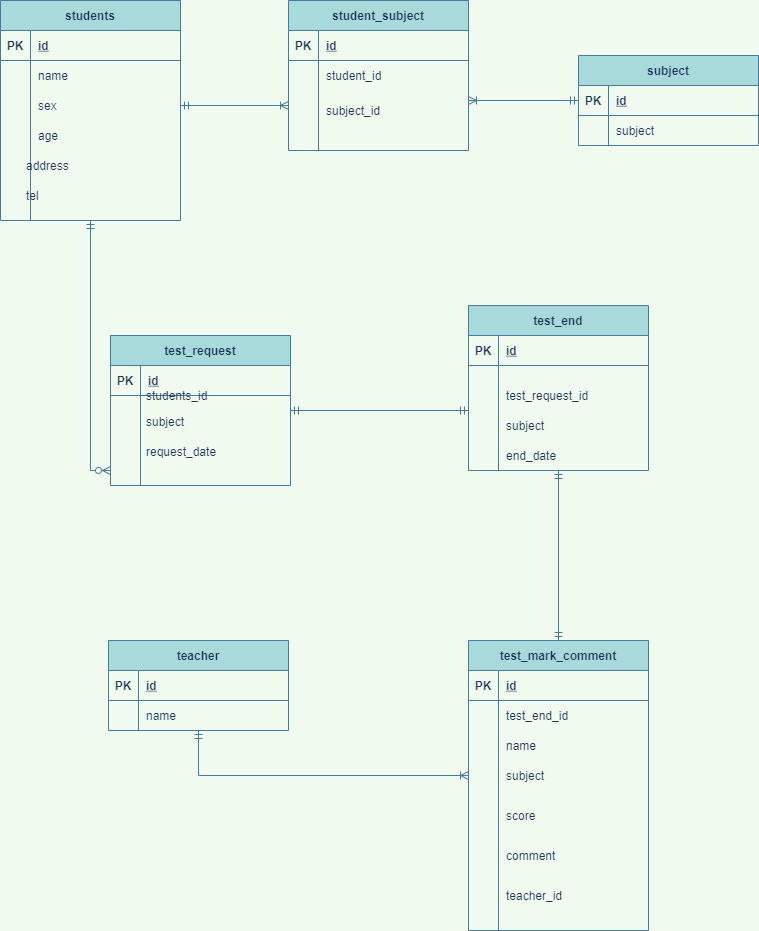
The draw.io diagram test.drawio.png in a1086yn5974/coachtech-er-test, before a commit. Source tidied: cells renumbered, new cells last; positions are measured from the earlier drawing's top-left corner, leaving out a move shared by most shapes.
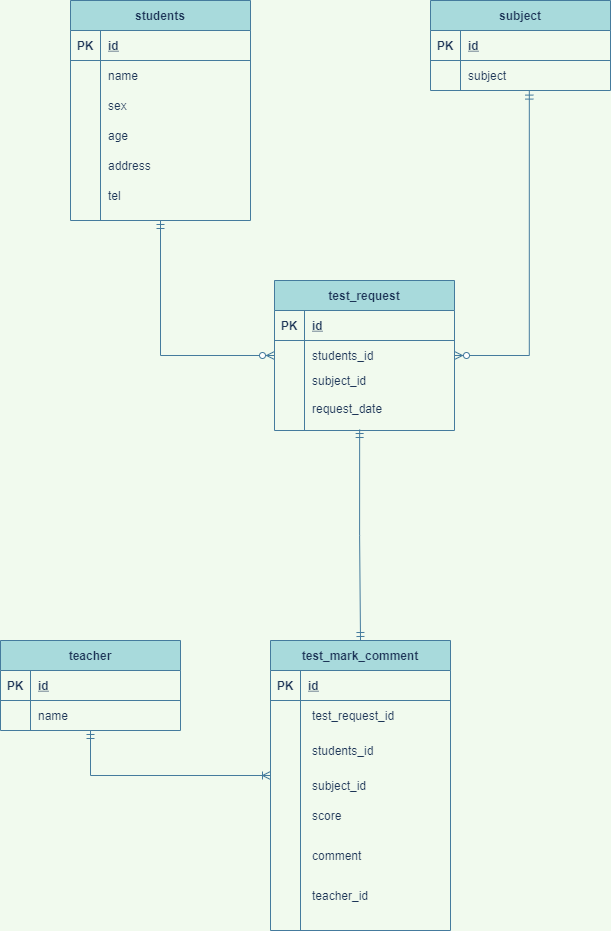
Later version of the same file.

Change to the diagram source:
```diff
@@ -2,11 +2,11 @@
   <root>
     <mxCell id="0" />
     <mxCell id="1" parent="0" />
-    <mxCell id="2" style="edgeStyle=orthogonalEdgeStyle;rounded=0;jettySize=auto;html=1;entryX=0;entryY=0.5;entryDx=0;entryDy=0;startArrow=ERmandOne;startFill=0;endArrow=ERzeroToMany;endFill=1;labelBackgroundColor=#F1FAEE;strokeColor=#457B9D;fontColor=#1D3557;" parent="1" edge="1" source="3" target="66">
+    <mxCell id="2" style="edgeStyle=orthogonalEdgeStyle;rounded=0;jettySize=auto;html=1;startArrow=ERmandOne;startFill=0;endArrow=ERzeroToMany;endFill=1;labelBackgroundColor=#F1FAEE;strokeColor=#457B9D;fontColor=#1D3557;entryX=0;entryY=0.5;entryDx=0;entryDy=0;" parent="1" edge="1" source="3" target="60">
       <mxGeometry relative="1" as="geometry" />
     </mxCell>
     <mxCell id="3" value="students" style="shape=table;startSize=30;rowLines=0;fontStyle=1;align=center;rounded=0;sketch=0;fillColor=#A8DADC;strokeColor=#457B9D;fontColor=#1D3557;" parent="1" vertex="1">
-      <mxGeometry width="180" height="220" as="geometry" />
+      <mxGeometry x="108" width="180" height="220" as="geometry" />
     </mxCell>
     <mxCell id="4" style="shape=partialRectangle;fillColor=none;top=0;left=0;bottom=1;right=0;strokeColor=#457B9D;fontColor=#1D3557;" parent="3" vertex="1">
       <mxGeometry y="30" width="180" height="30" as="geometry" />
@@ -45,18 +45,13 @@
       <mxGeometry x="30" width="150" height="30" as="geometry" />
     </mxCell>
     <mxCell id="16" value="address" style="shape=partialRectangle;fillColor=none;top=0;left=0;bottom=0;right=0;align=left;spacingLeft=6;overflow=hidden;strokeColor=#457B9D;fontColor=#1D3557;" parent="1" vertex="1">
-      <mxGeometry x="18" y="150" width="150" height="30" as="geometry" />
+      <mxGeometry x="138" y="150" width="150" height="30" as="geometry" />
     </mxCell>
     <mxCell id="17" value="tel" style="shape=partialRectangle;fillColor=none;top=0;left=0;bottom=0;right=0;align=left;spacingLeft=6;overflow=hidden;strokeColor=#457B9D;fontColor=#1D3557;" parent="1" vertex="1">
-      <mxGeometry x="18" y="180" width="150" height="30" as="geometry" />
+      <mxGeometry x="138" y="180" width="150" height="30" as="geometry" />
     </mxCell>
-    <mxCell id="18" style="rounded=0;jettySize=auto;html=1;startArrow=ERmandOne;startFill=0;endArrow=ERoneToMany;endFill=0;labelBackgroundColor=#F1FAEE;strokeColor=#457B9D;fontColor=#1D3557;exitX=0;exitY=0.5;exitDx=0;exitDy=0;edgeStyle=orthogonalEdgeStyle;" parent="1" edge="1" source="20">
-      <mxGeometry relative="1" as="geometry">
-        <mxPoint x="468" y="100" as="targetPoint" />
-      </mxGeometry>
-    </mxCell>
     <mxCell id="19" value="subject" style="shape=table;startSize=30;rowLines=0;fontStyle=1;align=center;rounded=0;sketch=0;fillColor=#A8DADC;strokeColor=#457B9D;fontColor=#1D3557;" parent="1" vertex="1">
-      <mxGeometry x="578" y="55" width="180" height="90" as="geometry" />
+      <mxGeometry x="468" width="180" height="90" as="geometry" />
     </mxCell>
     <mxCell id="20" style="shape=partialRectangle;fillColor=none;top=0;left=0;bottom=1;right=0;points=[[0,0.5],[1,0.5]];portConstraint=eastwest;strokeColor=#457B9D;fontColor=#1D3557;" parent="19" vertex="1">
       <mxGeometry y="30" width="180" height="30" as="geometry" />
@@ -76,98 +71,11 @@
     <mxCell id="25" value="subject" style="shape=partialRectangle;fillColor=none;top=0;left=0;bottom=0;right=0;align=left;spacingLeft=6;overflow=hidden;strokeColor=#457B9D;fontColor=#1D3557;" parent="23" vertex="1">
       <mxGeometry x="30" width="150" height="30" as="geometry" />
     </mxCell>
-    <mxCell id="26" value="student_subject" style="shape=table;startSize=30;rowLines=0;fontStyle=1;align=center;rounded=0;sketch=0;fillColor=#A8DADC;strokeColor=#457B9D;fontColor=#1D3557;" parent="1" vertex="1">
-      <mxGeometry x="288" width="180" height="150" as="geometry" />
-    </mxCell>
-    <mxCell id="27" style="shape=partialRectangle;fillColor=none;top=0;left=0;bottom=1;right=0;strokeColor=#457B9D;fontColor=#1D3557;" parent="26" vertex="1">
-      <mxGeometry y="30" width="180" height="30" as="geometry" />
-    </mxCell>
-    <mxCell id="28" value="PK" style="shape=partialRectangle;fillColor=none;top=0;left=0;bottom=0;right=0;fontStyle=1;overflow=hidden;strokeColor=#457B9D;fontColor=#1D3557;" parent="27" vertex="1">
-      <mxGeometry width="30" height="30" as="geometry" />
-    </mxCell>
-    <mxCell id="29" value="id" style="shape=partialRectangle;fillColor=none;top=0;left=0;bottom=0;right=0;align=left;spacingLeft=6;fontStyle=5;overflow=hidden;strokeColor=#457B9D;fontColor=#1D3557;" parent="27" vertex="1">
-      <mxGeometry x="30" width="150" height="30" as="geometry" />
-    </mxCell>
-    <mxCell id="30" style="shape=partialRectangle;fillColor=none;top=0;left=0;bottom=0;right=0;strokeColor=#457B9D;fontColor=#1D3557;" parent="26" vertex="1">
-      <mxGeometry y="60" width="180" height="30" as="geometry" />
-    </mxCell>
-    <mxCell id="31" style="shape=partialRectangle;fillColor=none;top=0;left=0;bottom=0;right=0;overflow=hidden;strokeColor=#457B9D;fontColor=#1D3557;" parent="30" vertex="1">
-      <mxGeometry width="30" height="30" as="geometry" />
-    </mxCell>
-    <mxCell id="32" style="shape=partialRectangle;fillColor=none;top=0;left=0;bottom=0;right=0;align=left;spacingLeft=6;overflow=hidden;strokeColor=#457B9D;fontColor=#1D3557;" parent="30" vertex="1">
-      <mxGeometry x="30" width="150" height="30" as="geometry" />
-    </mxCell>
-    <mxCell id="33" style="shape=partialRectangle;fillColor=none;top=0;left=0;bottom=0;right=0;points=[[0,0.5],[1,0.5]];portConstraint=eastwest;strokeColor=#457B9D;fontColor=#1D3557;" parent="26" vertex="1">
-      <mxGeometry y="90" width="180" height="30" as="geometry" />
-    </mxCell>
-    <mxCell id="34" style="shape=partialRectangle;fillColor=none;top=0;left=0;bottom=0;right=0;overflow=hidden;strokeColor=#457B9D;fontColor=#1D3557;" parent="33" vertex="1">
-      <mxGeometry width="30" height="30" as="geometry" />
-    </mxCell>
-    <mxCell id="35" style="shape=partialRectangle;fillColor=none;top=0;left=0;bottom=0;right=0;align=left;spacingLeft=6;overflow=hidden;strokeColor=#457B9D;fontColor=#1D3557;" parent="33" vertex="1">
-      <mxGeometry x="30" width="150" height="30" as="geometry" />
-    </mxCell>
-    <mxCell id="36" style="shape=partialRectangle;fillColor=none;top=0;left=0;bottom=0;right=0;strokeColor=#457B9D;fontColor=#1D3557;" parent="26" vertex="1">
-      <mxGeometry y="120" width="180" height="30" as="geometry" />
-    </mxCell>
-    <mxCell id="37" style="shape=partialRectangle;fillColor=none;top=0;left=0;bottom=0;right=0;overflow=hidden;strokeColor=#457B9D;fontColor=#1D3557;" parent="36" vertex="1">
-      <mxGeometry width="30" height="30" as="geometry" />
-    </mxCell>
-    <mxCell id="38" style="shape=partialRectangle;fillColor=none;top=0;left=0;bottom=0;right=0;align=left;spacingLeft=6;overflow=hidden;strokeColor=#457B9D;fontColor=#1D3557;" parent="36" vertex="1">
-      <mxGeometry x="30" width="150" height="30" as="geometry" />
-    </mxCell>
-    <mxCell id="39" value="subject_id" style="shape=partialRectangle;fillColor=none;top=0;left=0;bottom=0;right=0;align=left;spacingLeft=6;overflow=hidden;strokeColor=#457B9D;fontColor=#1D3557;" parent="1" vertex="1">
-      <mxGeometry x="318" y="95" width="150" height="30" as="geometry" />
-    </mxCell>
-    <mxCell id="40" style="edgeStyle=orthogonalEdgeStyle;rounded=0;jettySize=auto;html=1;startArrow=ERmandOne;startFill=0;endArrow=ERmandOne;endFill=0;labelBackgroundColor=#F1FAEE;strokeColor=#457B9D;fontColor=#1D3557;" parent="1" edge="1" source="41" target="75">
+    <mxCell id="40" style="edgeStyle=orthogonalEdgeStyle;rounded=0;jettySize=auto;html=1;startArrow=ERmandOne;startFill=0;endArrow=ERmandOne;endFill=0;labelBackgroundColor=#F1FAEE;strokeColor=#457B9D;fontColor=#1D3557;exitX=0.473;exitY=0.967;exitDx=0;exitDy=0;exitPerimeter=0;" parent="1" edge="1" source="66" target="75">
       <mxGeometry relative="1" as="geometry" />
     </mxCell>
-    <mxCell id="41" value="test_end" style="shape=table;startSize=30;rowLines=0;fontStyle=1;align=center;rounded=0;sketch=0;fillColor=#A8DADC;strokeColor=#457B9D;fontColor=#1D3557;" parent="1" vertex="1">
-      <mxGeometry x="468" y="305" width="180" height="165" as="geometry" />
-    </mxCell>
-    <mxCell id="42" style="shape=partialRectangle;fillColor=none;top=0;left=0;bottom=1;right=0;strokeColor=#457B9D;fontColor=#1D3557;" parent="41" vertex="1">
-      <mxGeometry y="30" width="180" height="30" as="geometry" />
-    </mxCell>
-    <mxCell id="43" value="PK" style="shape=partialRectangle;fillColor=none;top=0;left=0;bottom=0;right=0;fontStyle=1;overflow=hidden;strokeColor=#457B9D;fontColor=#1D3557;" parent="42" vertex="1">
-      <mxGeometry width="30" height="30" as="geometry" />
-    </mxCell>
-    <mxCell id="44" value="id" style="shape=partialRectangle;fillColor=none;top=0;left=0;bottom=0;right=0;align=left;spacingLeft=6;fontStyle=5;overflow=hidden;strokeColor=#457B9D;fontColor=#1D3557;" parent="42" vertex="1">
-      <mxGeometry x="30" width="150" height="30" as="geometry" />
-    </mxCell>
-    <mxCell id="45" style="shape=partialRectangle;fillColor=none;top=0;left=0;bottom=0;right=0;strokeColor=#457B9D;fontColor=#1D3557;" parent="41" vertex="1">
-      <mxGeometry y="60" width="180" height="30" as="geometry" />
-    </mxCell>
-    <mxCell id="46" style="shape=partialRectangle;fillColor=none;top=0;left=0;bottom=0;right=0;overflow=hidden;strokeColor=#457B9D;fontColor=#1D3557;" parent="45" vertex="1">
-      <mxGeometry width="30" height="30" as="geometry" />
-    </mxCell>
-    <mxCell id="47" style="shape=partialRectangle;fillColor=none;top=0;left=0;bottom=0;right=0;align=left;spacingLeft=6;overflow=hidden;strokeColor=#457B9D;fontColor=#1D3557;" parent="45" vertex="1">
-      <mxGeometry x="30" width="150" height="30" as="geometry" />
-    </mxCell>
-    <mxCell id="48" style="shape=partialRectangle;fillColor=none;top=0;left=0;bottom=0;right=0;points=[[0,0.5],[1,0.5]];portConstraint=eastwest;strokeColor=#457B9D;fontColor=#1D3557;" parent="41" vertex="1">
-      <mxGeometry y="90" width="180" height="30" as="geometry" />
-    </mxCell>
-    <mxCell id="49" style="shape=partialRectangle;fillColor=none;top=0;left=0;bottom=0;right=0;overflow=hidden;strokeColor=#457B9D;fontColor=#1D3557;" parent="48" vertex="1">
-      <mxGeometry width="30" height="30" as="geometry" />
-    </mxCell>
-    <mxCell id="50" style="shape=partialRectangle;fillColor=none;top=0;left=0;bottom=0;right=0;align=left;spacingLeft=6;overflow=hidden;strokeColor=#457B9D;fontColor=#1D3557;" parent="48" vertex="1">
-      <mxGeometry x="30" width="150" height="30" as="geometry" />
-    </mxCell>
-    <mxCell id="51" style="shape=partialRectangle;fillColor=none;top=0;left=0;bottom=0;right=0;strokeColor=#457B9D;fontColor=#1D3557;" parent="41" vertex="1">
-      <mxGeometry y="120" width="180" height="30" as="geometry" />
-    </mxCell>
-    <mxCell id="52" style="shape=partialRectangle;fillColor=none;top=0;left=0;bottom=0;right=0;overflow=hidden;strokeColor=#457B9D;fontColor=#1D3557;" parent="51" vertex="1">
-      <mxGeometry width="30" height="30" as="geometry" />
-    </mxCell>
-    <mxCell id="53" style="shape=partialRectangle;fillColor=none;top=0;left=0;bottom=0;right=0;align=left;spacingLeft=6;overflow=hidden;strokeColor=#457B9D;fontColor=#1D3557;" parent="51" vertex="1">
-      <mxGeometry x="30" width="150" height="30" as="geometry" />
-    </mxCell>
-    <mxCell id="54" value="student_id" style="shape=partialRectangle;fillColor=none;top=0;left=0;bottom=0;right=0;align=left;spacingLeft=6;overflow=hidden;strokeColor=#457B9D;fontColor=#1D3557;" parent="1" vertex="1">
-      <mxGeometry x="318" y="60" width="150" height="30" as="geometry" />
-    </mxCell>
-    <mxCell id="55" style="edgeStyle=orthogonalEdgeStyle;rounded=0;jettySize=auto;html=1;startArrow=ERmandOne;startFill=0;endArrow=ERmandOne;endFill=0;labelBackgroundColor=#F1FAEE;strokeColor=#457B9D;fontColor=#1D3557;" parent="1" edge="1" source="56" target="48">
-      <mxGeometry relative="1" as="geometry" />
-    </mxCell>
     <mxCell id="56" value="test_request" style="shape=table;startSize=30;rowLines=0;fontStyle=1;align=center;rounded=0;sketch=0;fillColor=#A8DADC;strokeColor=#457B9D;fontColor=#1D3557;" parent="1" vertex="1">
-      <mxGeometry x="110" y="335" width="180" height="150" as="geometry" />
+      <mxGeometry x="312" y="280" width="180" height="150" as="geometry" />
     </mxCell>
     <mxCell id="57" style="shape=partialRectangle;fillColor=none;top=0;left=0;bottom=1;right=0;strokeColor=#457B9D;fontColor=#1D3557;" parent="56" vertex="1">
       <mxGeometry y="30" width="180" height="30" as="geometry" />
@@ -205,26 +113,20 @@
     <mxCell id="68" style="shape=partialRectangle;fillColor=none;top=0;left=0;bottom=0;right=0;align=left;spacingLeft=6;overflow=hidden;strokeColor=#457B9D;fontColor=#1D3557;" parent="66" vertex="1">
       <mxGeometry x="30" width="150" height="30" as="geometry" />
     </mxCell>
-    <mxCell id="69" value="subject" style="shape=partialRectangle;fillColor=none;top=0;left=0;bottom=0;right=0;align=left;spacingLeft=6;overflow=hidden;strokeColor=#457B9D;fontColor=#1D3557;" parent="1" vertex="1">
-      <mxGeometry x="138" y="406" width="150" height="30" as="geometry" />
+    <mxCell id="69" value="subject_id" style="shape=partialRectangle;fillColor=none;top=0;left=0;bottom=0;right=0;align=left;spacingLeft=6;overflow=hidden;strokeColor=#457B9D;fontColor=#1D3557;" parent="1" vertex="1">
+      <mxGeometry x="342" y="365" width="150" height="30" as="geometry" />
     </mxCell>
     <mxCell id="70" value="request_date" style="shape=partialRectangle;fillColor=none;top=0;left=0;bottom=0;right=0;align=left;spacingLeft=6;overflow=hidden;strokeColor=#457B9D;fontColor=#1D3557;" parent="1" vertex="1">
-      <mxGeometry x="138" y="436" width="150" height="30" as="geometry" />
+      <mxGeometry x="342" y="395" width="150" height="26" as="geometry" />
     </mxCell>
     <mxCell id="71" value="students_id" style="shape=partialRectangle;fillColor=none;top=0;left=0;bottom=0;right=0;align=left;spacingLeft=6;overflow=hidden;strokeColor=#457B9D;fontColor=#1D3557;" parent="1" vertex="1">
-      <mxGeometry x="138" y="380" width="150" height="30" as="geometry" />
+      <mxGeometry x="342" y="345" width="150" height="20" as="geometry" />
     </mxCell>
-    <mxCell id="72" value="subject" style="shape=partialRectangle;fillColor=none;top=0;left=0;bottom=0;right=0;align=left;spacingLeft=6;overflow=hidden;strokeColor=#457B9D;fontColor=#1D3557;" parent="1" vertex="1">
-      <mxGeometry x="498" y="410" width="150" height="30" as="geometry" />
-    </mxCell>
-    <mxCell id="73" value="end_date" style="shape=partialRectangle;fillColor=none;top=0;left=0;bottom=0;right=0;align=left;spacingLeft=6;overflow=hidden;strokeColor=#457B9D;fontColor=#1D3557;" parent="1" vertex="1">
-      <mxGeometry x="498" y="440" width="150" height="30" as="geometry" />
-    </mxCell>
     <mxCell id="74" value="test_request_id" style="shape=partialRectangle;fillColor=none;top=0;left=0;bottom=0;right=0;align=left;spacingLeft=6;overflow=hidden;strokeColor=#457B9D;fontColor=#1D3557;" parent="1" vertex="1">
-      <mxGeometry x="498" y="380" width="150" height="30" as="geometry" />
+      <mxGeometry x="342" y="700" width="150" height="30" as="geometry" />
     </mxCell>
     <mxCell id="75" value="test_mark_comment" style="shape=table;startSize=30;rowLines=0;fontStyle=1;align=center;rounded=0;sketch=0;fillColor=#A8DADC;strokeColor=#457B9D;fontColor=#1D3557;" parent="1" vertex="1">
-      <mxGeometry x="468" y="640" width="180" height="290" as="geometry" />
+      <mxGeometry x="308" y="640" width="180" height="290" as="geometry" />
     </mxCell>
     <mxCell id="76" style="shape=partialRectangle;fillColor=none;top=0;left=0;bottom=1;right=0;strokeColor=#457B9D;fontColor=#1D3557;" parent="75" vertex="1">
       <mxGeometry y="30" width="180" height="30" as="geometry" />
@@ -262,29 +164,20 @@
     <mxCell id="87" style="shape=partialRectangle;fillColor=none;top=0;left=0;bottom=0;right=0;align=left;spacingLeft=6;overflow=hidden;strokeColor=#457B9D;fontColor=#1D3557;" parent="85" vertex="1">
       <mxGeometry x="30" width="150" height="30" as="geometry" />
     </mxCell>
-    <mxCell id="88" value="subject" style="shape=partialRectangle;fillColor=none;top=0;left=0;bottom=0;right=0;align=left;spacingLeft=6;overflow=hidden;strokeColor=#457B9D;fontColor=#1D3557;" parent="1" vertex="1">
-      <mxGeometry x="498" y="760" width="150" height="30" as="geometry" />
-    </mxCell>
-    <mxCell id="89" value="test_end_id" style="shape=partialRectangle;fillColor=none;top=0;left=0;bottom=0;right=0;align=left;spacingLeft=6;overflow=hidden;strokeColor=#457B9D;fontColor=#1D3557;" parent="1" vertex="1">
-      <mxGeometry x="498" y="700" width="150" height="30" as="geometry" />
-    </mxCell>
-    <mxCell id="90" value="name" style="shape=partialRectangle;fillColor=none;top=0;left=0;bottom=0;right=0;align=left;spacingLeft=6;overflow=hidden;strokeColor=#457B9D;fontColor=#1D3557;" parent="1" vertex="1">
-      <mxGeometry x="498" y="730" width="150" height="30" as="geometry" />
-    </mxCell>
     <mxCell id="91" value="score" style="shape=partialRectangle;fillColor=none;top=0;left=0;bottom=0;right=0;align=left;spacingLeft=6;overflow=hidden;strokeColor=#457B9D;fontColor=#1D3557;" parent="1" vertex="1">
-      <mxGeometry x="498" y="800" width="150" height="30" as="geometry" />
+      <mxGeometry x="342" y="800" width="150" height="30" as="geometry" />
     </mxCell>
     <mxCell id="92" value="comment" style="shape=partialRectangle;fillColor=none;top=0;left=0;bottom=0;right=0;align=left;spacingLeft=6;overflow=hidden;strokeColor=#457B9D;fontColor=#1D3557;" parent="1" vertex="1">
-      <mxGeometry x="498" y="840" width="150" height="30" as="geometry" />
+      <mxGeometry x="342" y="840" width="150" height="30" as="geometry" />
     </mxCell>
     <mxCell id="93" value="teacher_id" style="shape=partialRectangle;fillColor=none;top=0;left=0;bottom=0;right=0;align=left;spacingLeft=6;overflow=hidden;strokeColor=#457B9D;fontColor=#1D3557;" parent="1" vertex="1">
-      <mxGeometry x="498" y="880" width="150" height="30" as="geometry" />
+      <mxGeometry x="342" y="880" width="150" height="30" as="geometry" />
     </mxCell>
     <mxCell id="94" style="edgeStyle=orthogonalEdgeStyle;rounded=0;jettySize=auto;html=1;entryX=0;entryY=0.5;entryDx=0;entryDy=0;startArrow=ERmandOne;startFill=0;endArrow=ERoneToMany;endFill=0;labelBackgroundColor=#F1FAEE;strokeColor=#457B9D;fontColor=#1D3557;" parent="1" edge="1" source="95" target="85">
       <mxGeometry relative="1" as="geometry" />
     </mxCell>
     <mxCell id="95" value="teacher" style="shape=table;startSize=30;rowLines=0;fontStyle=1;align=center;rounded=0;sketch=0;fillColor=#A8DADC;strokeColor=#457B9D;fontColor=#1D3557;" parent="1" vertex="1">
-      <mxGeometry x="108" y="640" width="180" height="90" as="geometry" />
+      <mxGeometry x="38" y="640" width="180" height="90" as="geometry" />
     </mxCell>
     <mxCell id="96" style="shape=partialRectangle;fillColor=none;top=0;left=0;bottom=1;right=0;strokeColor=#457B9D;fontColor=#1D3557;" parent="95" vertex="1">
       <mxGeometry y="30" width="180" height="30" as="geometry" />
@@ -304,8 +197,14 @@
     <mxCell id="101" value="name" style="shape=partialRectangle;fillColor=none;top=0;left=0;bottom=0;right=0;align=left;spacingLeft=6;overflow=hidden;strokeColor=#457B9D;fontColor=#1D3557;" parent="99" vertex="1">
       <mxGeometry x="30" width="150" height="30" as="geometry" />
     </mxCell>
-    <mxCell id="102" style="edgeStyle=orthogonalEdgeStyle;rounded=0;jettySize=auto;html=1;entryX=0;entryY=0.5;entryDx=0;entryDy=0;startArrow=ERmandOne;startFill=0;endArrow=ERoneToMany;endFill=0;labelBackgroundColor=#F1FAEE;strokeColor=#457B9D;fontColor=#1D3557;" parent="1" edge="1" source="10" target="33">
-      <mxGeometry relative="1" as="geometry" />
-    </mxCell>
+    <mxCell id="103" style="edgeStyle=orthogonalEdgeStyle;rounded=0;jettySize=auto;html=1;startArrow=ERmandOne;startFill=0;endArrow=ERzeroToMany;endFill=1;labelBackgroundColor=#F1FAEE;strokeColor=#457B9D;fontColor=#1D3557;exitX=0.549;exitY=1.02;exitDx=0;exitDy=0;exitPerimeter=0;entryX=1;entryY=0.5;entryDx=0;entryDy=0;" parent="1" edge="1" source="23" target="60">
+      <mxGeometry relative="1" as="geometry" />
+    </mxCell>
+    <mxCell id="39" value="subject_id" style="shape=partialRectangle;fillColor=none;top=0;left=0;bottom=0;right=0;align=left;spacingLeft=6;overflow=hidden;strokeColor=#457B9D;fontColor=#1D3557;" parent="1" vertex="1">
+      <mxGeometry x="342" y="770" width="150" height="30" as="geometry" />
+    </mxCell>
+    <mxCell id="104" value="students_id" style="shape=partialRectangle;fillColor=none;top=0;left=0;bottom=0;right=0;align=left;spacingLeft=6;overflow=hidden;strokeColor=#457B9D;fontColor=#1D3557;" parent="1" vertex="1">
+      <mxGeometry x="342" y="740" width="150" height="20" as="geometry" />
+    </mxCell>
   </root>
 </mxGraphModel>
```
